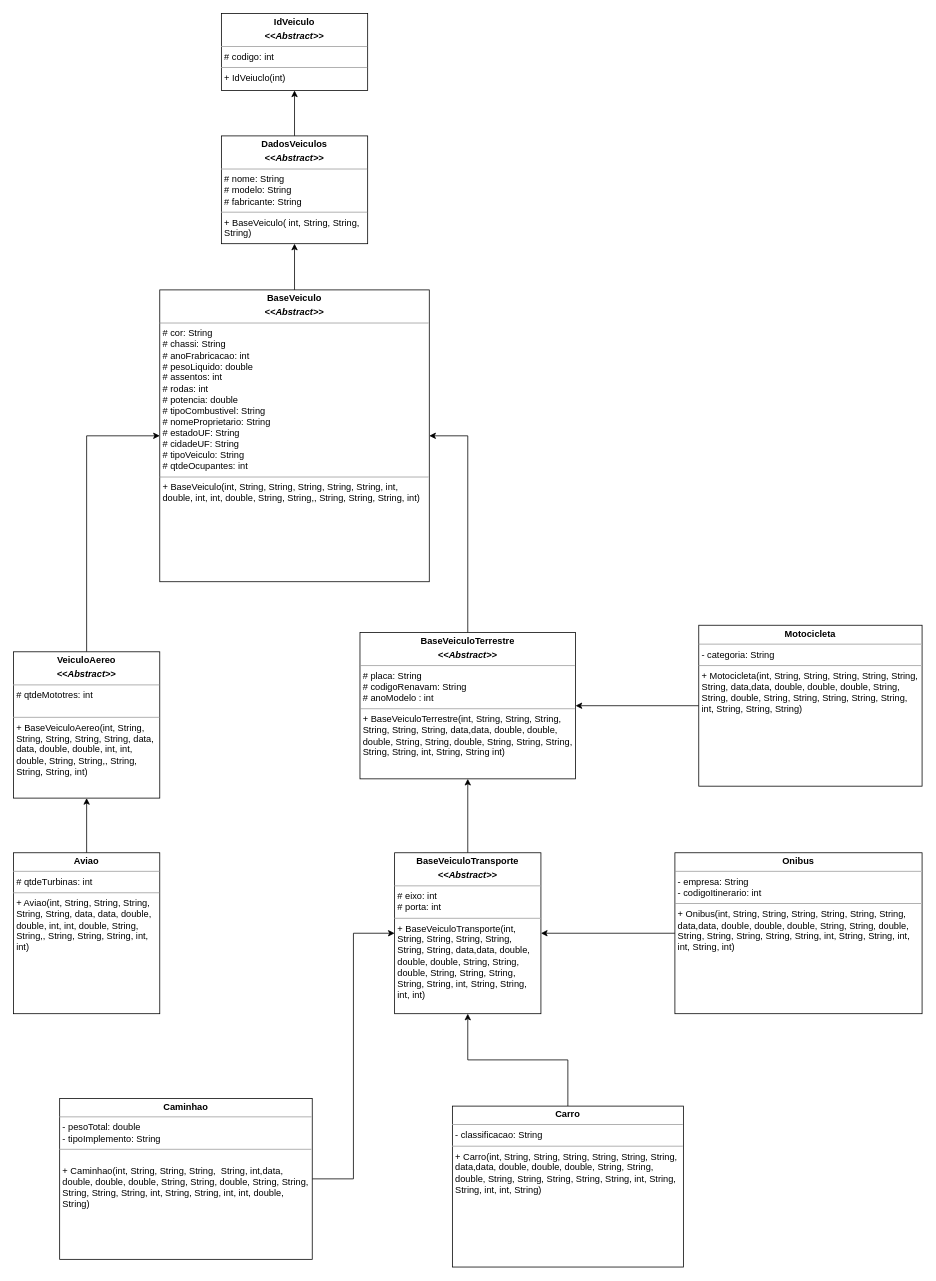
Above: PROJETOVEICULO.drawio in ros1rafael/LOO_ATIVIDADE_05 (draw.io), before the change. Source tidied: cells renumbered, new cells numbered last; positions are measured from the earlier drawing's top-left corner, leaving out a move shared by most shapes. Both pictures are drawn from the tidied source at 77%, with x=0, y=0 at pixel (13, 13).
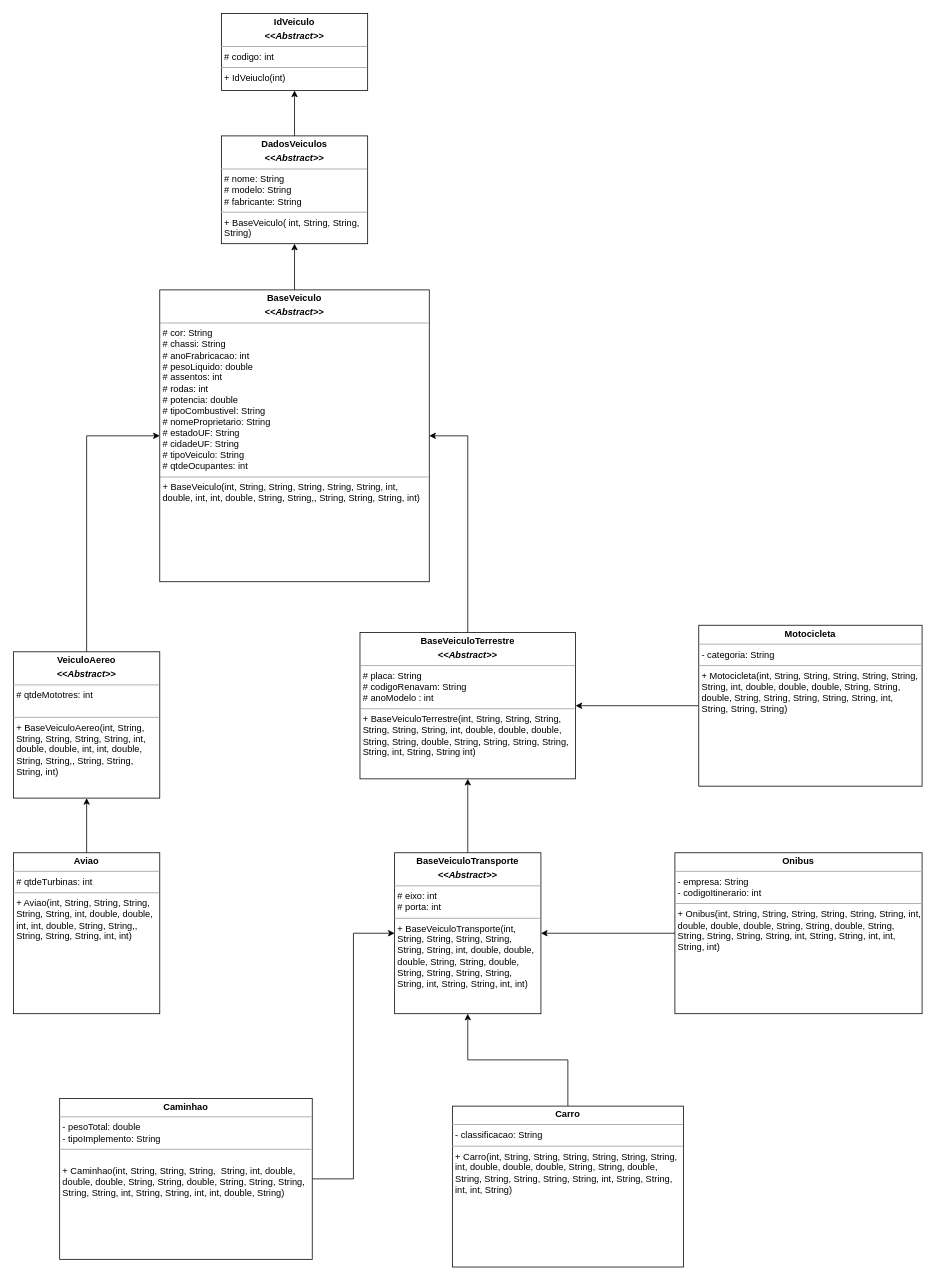
The same page after the edit.

The edit, as a diff of the source:
```diff
@@
-    <mxCell id="9" value="&lt;p style=&quot;border-color: var(--border-color); margin: 4px 0px 0px; text-align: center;&quot;&gt;&lt;b style=&quot;border-color: var(--border-color);&quot;&gt;BaseVeiculoTerrestre&lt;/b&gt;&lt;/p&gt;&lt;p style=&quot;border-color: var(--border-color); margin: 4px 0px 0px; text-align: center;&quot;&gt;&lt;i style=&quot;border-color: var(--border-color);&quot;&gt;&lt;b style=&quot;border-color: var(--border-color);&quot;&gt;&amp;lt;&amp;lt;Abstract&amp;gt;&amp;gt;&lt;/b&gt;&lt;/i&gt;&lt;/p&gt;&lt;hr size=&quot;1&quot;&gt;&lt;p style=&quot;margin:0px;margin-left:4px;&quot;&gt;# placa: String&lt;/p&gt;&lt;p style=&quot;margin:0px;margin-left:4px;&quot;&gt;# codigoRenavam: String&lt;/p&gt;&lt;p style=&quot;margin:0px;margin-left:4px;&quot;&gt;# anoModelo : int&lt;/p&gt;&lt;hr size=&quot;1&quot;&gt;&lt;p style=&quot;margin:0px;margin-left:4px;&quot;&gt;+ BaseVeiculoTerrestre&lt;span style=&quot;background-color: initial;&quot;&gt;(int, String, String, String, String, String, String, data,data, double, double, double, String, String, double, String, String, String, String, String, int, String, String int)&lt;/span&gt;&lt;/p&gt;" style="verticalAlign=top;align=left;overflow=fill;fontSize=12;fontFamily=Helvetica;html=1;whiteSpace=wrap;" parent="1" vertex="1">
+    <mxCell id="9" value="&lt;p style=&quot;border-color: var(--border-color); margin: 4px 0px 0px; text-align: center;&quot;&gt;&lt;b style=&quot;border-color: var(--border-color);&quot;&gt;BaseVeiculoTerrestre&lt;/b&gt;&lt;/p&gt;&lt;p style=&quot;border-color: var(--border-color); margin: 4px 0px 0px; text-align: center;&quot;&gt;&lt;i style=&quot;border-color: var(--border-color);&quot;&gt;&lt;b style=&quot;border-color: var(--border-color);&quot;&gt;&amp;lt;&amp;lt;Abstract&amp;gt;&amp;gt;&lt;/b&gt;&lt;/i&gt;&lt;/p&gt;&lt;hr size=&quot;1&quot;&gt;&lt;p style=&quot;margin:0px;margin-left:4px;&quot;&gt;# placa: String&lt;/p&gt;&lt;p style=&quot;margin:0px;margin-left:4px;&quot;&gt;# codigoRenavam: String&lt;/p&gt;&lt;p style=&quot;margin:0px;margin-left:4px;&quot;&gt;# anoModelo : int&lt;/p&gt;&lt;hr size=&quot;1&quot;&gt;&lt;p style=&quot;margin:0px;margin-left:4px;&quot;&gt;+ BaseVeiculoTerrestre&lt;span style=&quot;background-color: initial;&quot;&gt;(int, String, String, String, String, String, String, int, double, double, double, String, String, double, String, String, String, String, String, int, String, String int)&lt;/span&gt;&lt;/p&gt;" style="verticalAlign=top;align=left;overflow=fill;fontSize=12;fontFamily=Helvetica;html=1;whiteSpace=wrap;" parent="1" vertex="1">
       <mxGeometry x="450" y="804" width="280" height="190" as="geometry" />
     </mxCell>
@@
-    <mxCell id="11" value="&lt;p style=&quot;margin:0px;margin-top:4px;text-align:center;&quot;&gt;&lt;b&gt;Motocicleta&lt;/b&gt;&lt;/p&gt;&lt;hr size=&quot;1&quot;&gt;&lt;p style=&quot;margin:0px;margin-left:4px;&quot;&gt;- categoria: String&lt;br&gt;&lt;/p&gt;&lt;hr size=&quot;1&quot;&gt;&lt;p style=&quot;margin:0px;margin-left:4px;&quot;&gt;+ Motocicleta(int, String, String, String, String, String, String, data,data, double, double, double, String, String, double, String, String, String, String, String, int, String, String, String)&lt;br&gt;&lt;/p&gt;" style="verticalAlign=top;align=left;overflow=fill;fontSize=12;fontFamily=Helvetica;html=1;whiteSpace=wrap;" parent="1" vertex="1">
+    <mxCell id="11" value="&lt;p style=&quot;margin:0px;margin-top:4px;text-align:center;&quot;&gt;&lt;b&gt;Motocicleta&lt;/b&gt;&lt;/p&gt;&lt;hr size=&quot;1&quot;&gt;&lt;p style=&quot;margin:0px;margin-left:4px;&quot;&gt;- categoria: String&lt;br&gt;&lt;/p&gt;&lt;hr size=&quot;1&quot;&gt;&lt;p style=&quot;margin:0px;margin-left:4px;&quot;&gt;+ Motocicleta(int, String, String, String, String, String, String, int, double, double, double, String, String, double, String, String, String, String, String, int, String, String, String)&lt;br&gt;&lt;/p&gt;" style="verticalAlign=top;align=left;overflow=fill;fontSize=12;fontFamily=Helvetica;html=1;whiteSpace=wrap;" parent="1" vertex="1">
       <mxGeometry x="890" y="794.5" width="290" height="209" as="geometry" />
     </mxCell>
@@
-    <mxCell id="13" value="&lt;p style=&quot;margin:0px;margin-top:4px;text-align:center;&quot;&gt;&lt;b&gt;Aviao&lt;/b&gt;&lt;/p&gt;&lt;hr size=&quot;1&quot;&gt;&lt;p style=&quot;margin:0px;margin-left:4px;&quot;&gt;# qtdeTurbinas: int&lt;/p&gt;&lt;hr size=&quot;1&quot;&gt;&lt;p style=&quot;margin:0px;margin-left:4px;&quot;&gt;+ Aviao(int, String, String, String, String, String, data, data, double, double, int, int, double, String, String,, String, String, String, int, int)&lt;br&gt;&lt;/p&gt;" style="verticalAlign=top;align=left;overflow=fill;fontSize=12;fontFamily=Helvetica;html=1;whiteSpace=wrap;" parent="1" vertex="1">
+    <mxCell id="13" value="&lt;p style=&quot;margin:0px;margin-top:4px;text-align:center;&quot;&gt;&lt;b&gt;Aviao&lt;/b&gt;&lt;/p&gt;&lt;hr size=&quot;1&quot;&gt;&lt;p style=&quot;margin:0px;margin-left:4px;&quot;&gt;# qtdeTurbinas: int&lt;/p&gt;&lt;hr size=&quot;1&quot;&gt;&lt;p style=&quot;margin:0px;margin-left:4px;&quot;&gt;+ Aviao(int, String, String, String, String, String, int, double, double, int, int, double, String, String,, String, String, String, int, int)&lt;br&gt;&lt;/p&gt;" style="verticalAlign=top;align=left;overflow=fill;fontSize=12;fontFamily=Helvetica;html=1;whiteSpace=wrap;" parent="1" vertex="1">
       <mxGeometry y="1090" width="190" height="209" as="geometry" />
     </mxCell>
@@
-    <mxCell id="15" value="&lt;p style=&quot;border-color: var(--border-color); margin: 4px 0px 0px; text-align: center;&quot;&gt;&lt;b style=&quot;border-color: var(--border-color);&quot;&gt;BaseVeiculoTransporte&lt;/b&gt;&lt;/p&gt;&lt;p style=&quot;border-color: var(--border-color); margin: 4px 0px 0px; text-align: center;&quot;&gt;&lt;i style=&quot;border-color: var(--border-color);&quot;&gt;&lt;b style=&quot;border-color: var(--border-color);&quot;&gt;&amp;lt;&amp;lt;Abstract&amp;gt;&amp;gt;&lt;/b&gt;&lt;/i&gt;&lt;/p&gt;&lt;hr size=&quot;1&quot;&gt;&lt;p style=&quot;margin:0px;margin-left:4px;&quot;&gt;# eixo: int&lt;/p&gt;&lt;p style=&quot;margin:0px;margin-left:4px;&quot;&gt;# porta: int&lt;/p&gt;&lt;hr size=&quot;1&quot;&gt;&lt;p style=&quot;margin:0px;margin-left:4px;&quot;&gt;+ BaseVeiculoTransporte(int, String, String, String, String, String, String, data,data, double, double, double, String, String, double, String, String, String, String, String, int, String, String, int, int)&lt;br&gt;&lt;/p&gt;" style="verticalAlign=top;align=left;overflow=fill;fontSize=12;fontFamily=Helvetica;html=1;whiteSpace=wrap;" parent="1" vertex="1">
+    <mxCell id="15" value="&lt;p style=&quot;border-color: var(--border-color); margin: 4px 0px 0px; text-align: center;&quot;&gt;&lt;b style=&quot;border-color: var(--border-color);&quot;&gt;BaseVeiculoTransporte&lt;/b&gt;&lt;/p&gt;&lt;p style=&quot;border-color: var(--border-color); margin: 4px 0px 0px; text-align: center;&quot;&gt;&lt;i style=&quot;border-color: var(--border-color);&quot;&gt;&lt;b style=&quot;border-color: var(--border-color);&quot;&gt;&amp;lt;&amp;lt;Abstract&amp;gt;&amp;gt;&lt;/b&gt;&lt;/i&gt;&lt;/p&gt;&lt;hr size=&quot;1&quot;&gt;&lt;p style=&quot;margin:0px;margin-left:4px;&quot;&gt;# eixo: int&lt;/p&gt;&lt;p style=&quot;margin:0px;margin-left:4px;&quot;&gt;# porta: int&lt;/p&gt;&lt;hr size=&quot;1&quot;&gt;&lt;p style=&quot;margin:0px;margin-left:4px;&quot;&gt;+ BaseVeiculoTransporte(int, String, String, String, String, String, String, int, double, double, double, String, String, double, String, String, String, String, String, int, String, String, int, int)&lt;br&gt;&lt;/p&gt;" style="verticalAlign=top;align=left;overflow=fill;fontSize=12;fontFamily=Helvetica;html=1;whiteSpace=wrap;" parent="1" vertex="1">
       <mxGeometry x="495" y="1090" width="190" height="209" as="geometry" />
     </mxCell>
@@
-    <mxCell id="17" value="&lt;p style=&quot;margin:0px;margin-top:4px;text-align:center;&quot;&gt;&lt;b&gt;Caminhao&lt;/b&gt;&lt;/p&gt;&lt;hr size=&quot;1&quot;&gt;&lt;p style=&quot;margin:0px;margin-left:4px;&quot;&gt;- pesoTotal: double&lt;br&gt;- tipoImplemento: String&lt;/p&gt;&lt;hr size=&quot;1&quot;&gt;&lt;p style=&quot;margin:0px;margin-left:4px;&quot;&gt;&lt;br&gt;&lt;/p&gt;&lt;p style=&quot;margin:0px;margin-left:4px;&quot;&gt;+ Caminhao(int, String, String, String,&amp;nbsp; String, int,data, double, double, double, String, String, double, String, String, String, String, String, int, String, String, int, int, double, String)&lt;br&gt;&lt;br&gt;&lt;/p&gt;" style="verticalAlign=top;align=left;overflow=fill;fontSize=12;fontFamily=Helvetica;html=1;whiteSpace=wrap;" parent="1" vertex="1">
+    <mxCell id="17" value="&lt;p style=&quot;margin:0px;margin-top:4px;text-align:center;&quot;&gt;&lt;b&gt;Caminhao&lt;/b&gt;&lt;/p&gt;&lt;hr size=&quot;1&quot;&gt;&lt;p style=&quot;margin:0px;margin-left:4px;&quot;&gt;- pesoTotal: double&lt;br&gt;- tipoImplemento: String&lt;/p&gt;&lt;hr size=&quot;1&quot;&gt;&lt;p style=&quot;margin:0px;margin-left:4px;&quot;&gt;&lt;br&gt;&lt;/p&gt;&lt;p style=&quot;margin:0px;margin-left:4px;&quot;&gt;+ Caminhao(int, String, String, String,&amp;nbsp; String, int, double, double, double, String, String, double, String, String, String, String, String, int, String, String, int, int, double, String)&lt;br&gt;&lt;br&gt;&lt;/p&gt;" style="verticalAlign=top;align=left;overflow=fill;fontSize=12;fontFamily=Helvetica;html=1;whiteSpace=wrap;" parent="1" vertex="1">
       <mxGeometry x="60" y="1409" width="328" height="209" as="geometry" />
     </mxCell>
@@
-    <mxCell id="19" value="&lt;p style=&quot;margin:0px;margin-top:4px;text-align:center;&quot;&gt;&lt;b&gt;Carro&lt;/b&gt;&lt;/p&gt;&lt;hr size=&quot;1&quot;&gt;&lt;p style=&quot;margin:0px;margin-left:4px;&quot;&gt;- classificacao: String&lt;/p&gt;&lt;hr size=&quot;1&quot;&gt;&lt;p style=&quot;margin:0px;margin-left:4px;&quot;&gt;+ Carro(int, String, String, String, String, String, String, data,data, double, double, double, String, String, double, String, String, String, String, String, int, String, String, int, int, String)&lt;br&gt;&lt;/p&gt;" style="verticalAlign=top;align=left;overflow=fill;fontSize=12;fontFamily=Helvetica;html=1;whiteSpace=wrap;" parent="1" vertex="1">
+    <mxCell id="19" value="&lt;p style=&quot;margin:0px;margin-top:4px;text-align:center;&quot;&gt;&lt;b&gt;Carro&lt;/b&gt;&lt;/p&gt;&lt;hr size=&quot;1&quot;&gt;&lt;p style=&quot;margin:0px;margin-left:4px;&quot;&gt;- classificacao: String&lt;/p&gt;&lt;hr size=&quot;1&quot;&gt;&lt;p style=&quot;margin:0px;margin-left:4px;&quot;&gt;+ Carro(int, String, String, String, String, String, String, int, double, double, double, String, String, double, String, String, String, String, String, int, String, String, int, int, String)&lt;br&gt;&lt;/p&gt;" style="verticalAlign=top;align=left;overflow=fill;fontSize=12;fontFamily=Helvetica;html=1;whiteSpace=wrap;" parent="1" vertex="1">
       <mxGeometry x="570" y="1419" width="300" height="209" as="geometry" />
     </mxCell>
@@
-    <mxCell id="21" value="&lt;p style=&quot;margin:0px;margin-top:4px;text-align:center;&quot;&gt;&lt;b&gt;Onibus&lt;/b&gt;&lt;/p&gt;&lt;hr size=&quot;1&quot;&gt;&lt;p style=&quot;margin:0px;margin-left:4px;&quot;&gt;- empresa: String&lt;br&gt;- codigoItinerario: int&lt;/p&gt;&lt;hr size=&quot;1&quot;&gt;&lt;p style=&quot;margin:0px;margin-left:4px;&quot;&gt;+ Onibus(int, String, String, String, String, String, String, data,data, double, double, double, String, String, double, String, String, String, String, String, int, String, String, int, int, String, int)&lt;br&gt;&lt;/p&gt;" style="verticalAlign=top;align=left;overflow=fill;fontSize=12;fontFamily=Helvetica;html=1;whiteSpace=wrap;" parent="1" vertex="1">
+    <mxCell id="21" value="&lt;p style=&quot;margin:0px;margin-top:4px;text-align:center;&quot;&gt;&lt;b&gt;Onibus&lt;/b&gt;&lt;/p&gt;&lt;hr size=&quot;1&quot;&gt;&lt;p style=&quot;margin:0px;margin-left:4px;&quot;&gt;- empresa: String&lt;br&gt;- codigoItinerario: int&lt;/p&gt;&lt;hr size=&quot;1&quot;&gt;&lt;p style=&quot;margin:0px;margin-left:4px;&quot;&gt;+ Onibus(int, String, String, String, String, String, String, int, double, double, double, String, String, double, String, String, String, String, String, int, String, String, int, int, String, int)&lt;br&gt;&lt;/p&gt;" style="verticalAlign=top;align=left;overflow=fill;fontSize=12;fontFamily=Helvetica;html=1;whiteSpace=wrap;" parent="1" vertex="1">
       <mxGeometry x="859" y="1090" width="321" height="209" as="geometry" />
     </mxCell>
@@
-    <mxCell id="23" value="&lt;p style=&quot;border-color: var(--border-color); margin: 4px 0px 0px; text-align: center;&quot;&gt;&lt;b style=&quot;border-color: var(--border-color);&quot;&gt;VeiculoAereo&lt;/b&gt;&lt;/p&gt;&lt;p style=&quot;border-color: var(--border-color); margin: 4px 0px 0px; text-align: center;&quot;&gt;&lt;i style=&quot;border-color: var(--border-color);&quot;&gt;&lt;b style=&quot;border-color: var(--border-color);&quot;&gt;&amp;lt;&amp;lt;Abstract&amp;gt;&amp;gt;&lt;/b&gt;&lt;/i&gt;&lt;/p&gt;&lt;hr size=&quot;1&quot;&gt;&lt;p style=&quot;margin:0px;margin-left:4px;&quot;&gt;# qtdeMototres: int&lt;br&gt;&lt;br&gt;&lt;/p&gt;&lt;hr size=&quot;1&quot;&gt;&lt;p style=&quot;margin:0px;margin-left:4px;&quot;&gt;+ BaseVeiculoAereo(int, String, String, String, String, String, data, data, double, double, int, int, double, String, String,, String, String, String, int)&lt;br&gt;&lt;/p&gt;" style="verticalAlign=top;align=left;overflow=fill;fontSize=12;fontFamily=Helvetica;html=1;whiteSpace=wrap;" parent="1" vertex="1">
+    <mxCell id="23" value="&lt;p style=&quot;border-color: var(--border-color); margin: 4px 0px 0px; text-align: center;&quot;&gt;&lt;b style=&quot;border-color: var(--border-color);&quot;&gt;VeiculoAereo&lt;/b&gt;&lt;/p&gt;&lt;p style=&quot;border-color: var(--border-color); margin: 4px 0px 0px; text-align: center;&quot;&gt;&lt;i style=&quot;border-color: var(--border-color);&quot;&gt;&lt;b style=&quot;border-color: var(--border-color);&quot;&gt;&amp;lt;&amp;lt;Abstract&amp;gt;&amp;gt;&lt;/b&gt;&lt;/i&gt;&lt;/p&gt;&lt;hr size=&quot;1&quot;&gt;&lt;p style=&quot;margin:0px;margin-left:4px;&quot;&gt;# qtdeMototres: int&lt;br&gt;&lt;br&gt;&lt;/p&gt;&lt;hr size=&quot;1&quot;&gt;&lt;p style=&quot;margin:0px;margin-left:4px;&quot;&gt;+ BaseVeiculoAereo(int, String, String, String, String, String, int, double, double, int, int, double, String, String,, String, String, String, int)&lt;br&gt;&lt;/p&gt;" style="verticalAlign=top;align=left;overflow=fill;fontSize=12;fontFamily=Helvetica;html=1;whiteSpace=wrap;" parent="1" vertex="1">
       <mxGeometry y="829" width="190" height="190" as="geometry" />
     </mxCell>
```
